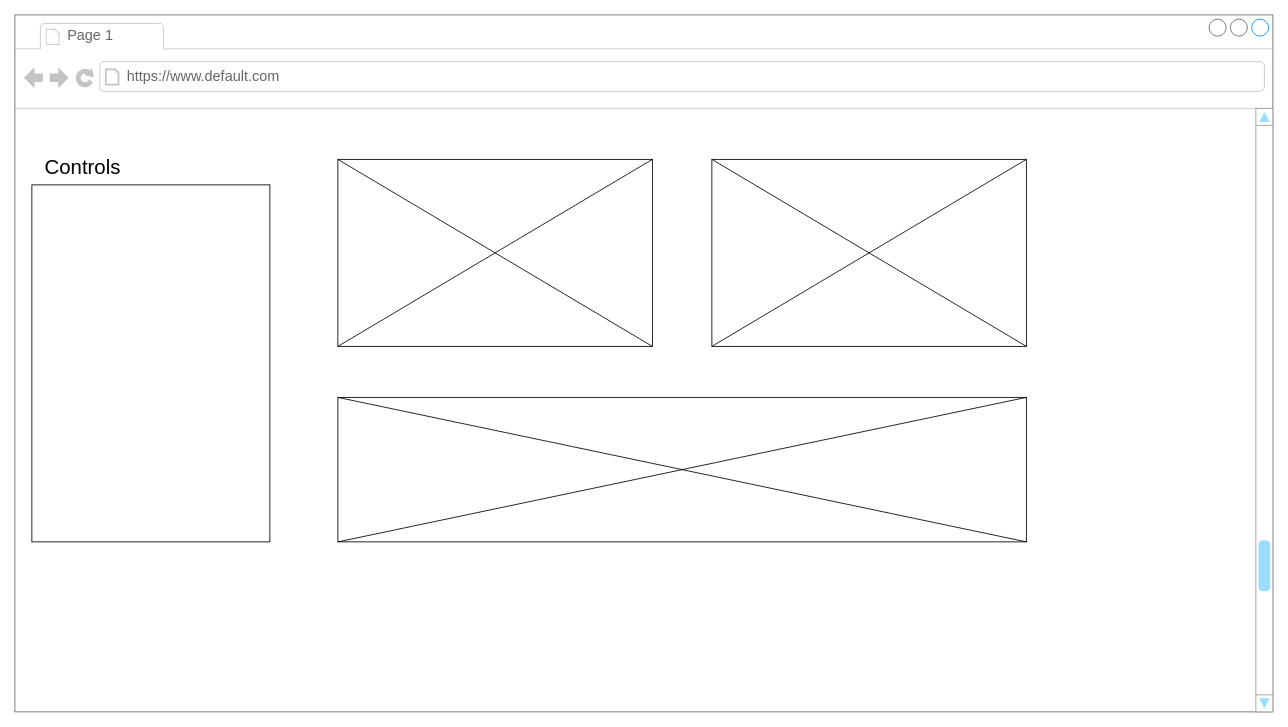
The draw.io diagram page "Dashboard" (5 of 7) of wireframe.drawio in MarkyMan4/capstone-planning, before the edit. Source tidied: cells renumbered, new cells numbered last; positions are measured from the earlier drawing's top-left corner, leaving out a move shared by most shapes. Both pictures are drawn from the tidied source at 85%, with x=0, y=0 at pixel (14, 14).
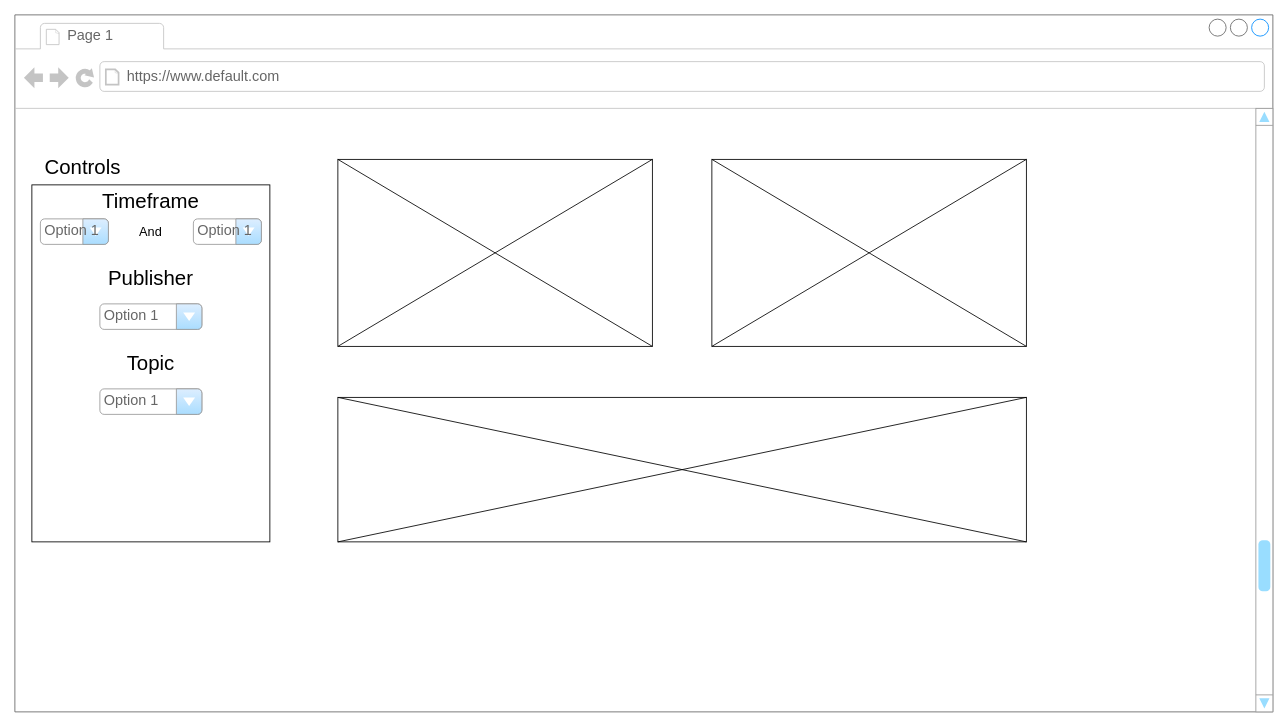
Above is the later version.

The change refers to these unchanged cells:
```xml
<mxCell id="2" style="strokeWidth=1;shadow=0;dashed=0;align=center;html=1;shape=mxgraph.mockup.containers.browserWindow;rSize=0;strokeColor=#666666;mainText=,;rounded=0;labelBackgroundColor=none;fontFamily=Verdana;fontSize=12;" parent="1" vertex="1">
  <mxGeometry width="1480" height="820" as="geometry" />
</mxCell>
```

Change to the diagram source:
```diff
@@
+    <mxCell id="17" value="Option 1" style="strokeWidth=1;shadow=0;dashed=0;align=center;html=1;shape=mxgraph.mockup.forms.comboBox;strokeColor=#999999;fillColor=#ddeeff;align=left;fillColor2=#aaddff;mainText=;fontColor=#666666;fontSize=17;spacingLeft=3;" parent="2" vertex="1">
+      <mxGeometry x="30" y="240" width="80" height="30" as="geometry" />
+    </mxCell>
+    <mxCell id="18" value="Option 1" style="strokeWidth=1;shadow=0;dashed=0;align=center;html=1;shape=mxgraph.mockup.forms.comboBox;strokeColor=#999999;fillColor=#ddeeff;align=left;fillColor2=#aaddff;mainText=;fontColor=#666666;fontSize=17;spacingLeft=3;" parent="2" vertex="1">
+      <mxGeometry x="210" y="240" width="80" height="30" as="geometry" />
+    </mxCell>
+    <mxCell id="19" value="&lt;font style=&quot;font-size: 15px&quot;&gt;And&lt;/font&gt;" style="text;html=1;strokeColor=none;fillColor=none;align=center;verticalAlign=middle;whiteSpace=wrap;rounded=0;" parent="2" vertex="1">
+      <mxGeometry x="140" y="245" width="40" height="20" as="geometry" />
+    </mxCell>
+    <mxCell id="20" value="&lt;font style=&quot;font-size: 24px&quot;&gt;Timeframe&lt;/font&gt;" style="text;html=1;strokeColor=none;fillColor=none;align=center;verticalAlign=middle;whiteSpace=wrap;rounded=0;" parent="2" vertex="1">
+      <mxGeometry x="140" y="210" width="40" height="20" as="geometry" />
+    </mxCell>
+    <mxCell id="21" value="&lt;font style=&quot;font-size: 24px&quot;&gt;Publisher&lt;br&gt;&lt;/font&gt;" style="text;html=1;strokeColor=none;fillColor=none;align=center;verticalAlign=middle;whiteSpace=wrap;rounded=0;" parent="2" vertex="1">
+      <mxGeometry x="140" y="300" width="40" height="20" as="geometry" />
+    </mxCell>
+    <mxCell id="22" value="Option 1" style="strokeWidth=1;shadow=0;dashed=0;align=center;html=1;shape=mxgraph.mockup.forms.comboBox;strokeColor=#999999;fillColor=#ddeeff;align=left;fillColor2=#aaddff;mainText=;fontColor=#666666;fontSize=17;spacingLeft=3;" parent="2" vertex="1">
+      <mxGeometry x="100" y="340" width="120" height="30" as="geometry" />
+    </mxCell>
+    <mxCell id="23" value="&lt;font style=&quot;font-size: 24px&quot;&gt;Topic&lt;br&gt;&lt;/font&gt;" style="text;html=1;strokeColor=none;fillColor=none;align=center;verticalAlign=middle;whiteSpace=wrap;rounded=0;" parent="2" vertex="1">
+      <mxGeometry x="140" y="400" width="40" height="20" as="geometry" />
+    </mxCell>
+    <mxCell id="24" value="Option 1" style="strokeWidth=1;shadow=0;dashed=0;align=center;html=1;shape=mxgraph.mockup.forms.comboBox;strokeColor=#999999;fillColor=#ddeeff;align=left;fillColor2=#aaddff;mainText=;fontColor=#666666;fontSize=17;spacingLeft=3;" parent="2" vertex="1">
+      <mxGeometry x="100" y="440" width="120" height="30" as="geometry" />
+    </mxCell>
```
